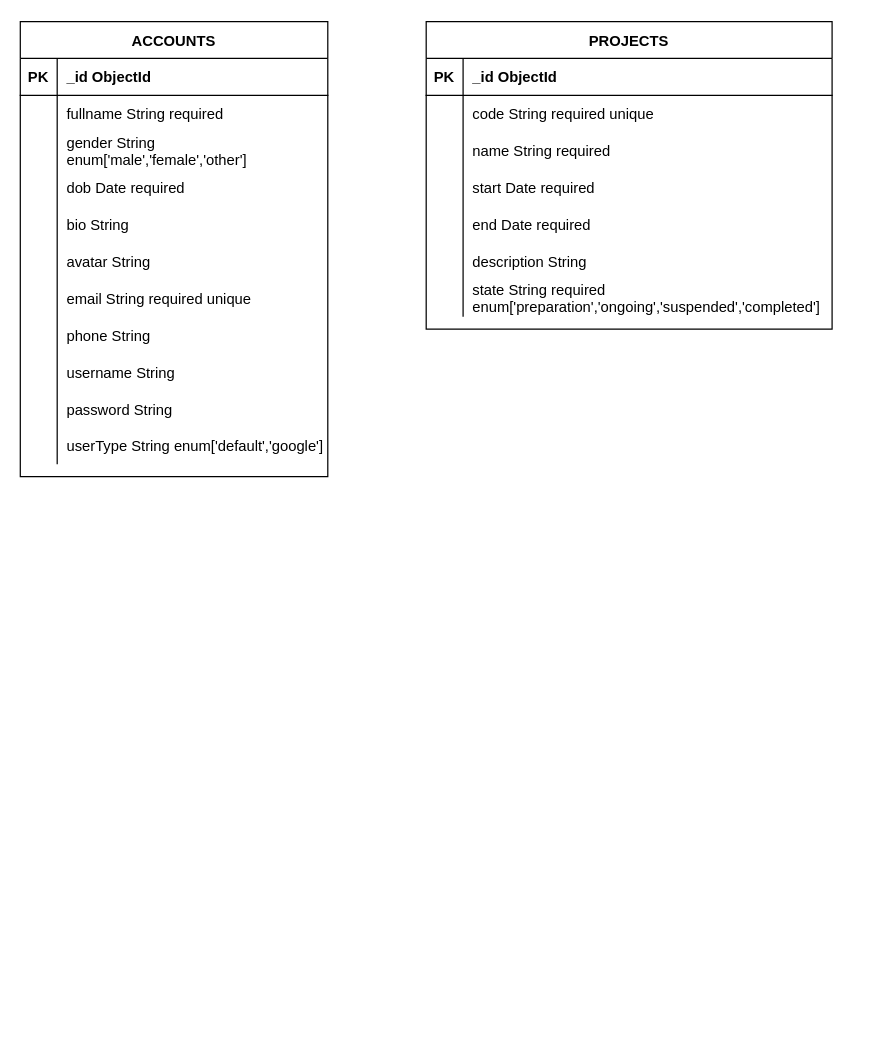
The draw.io diagram Untitled Diagram.drawio in mqdo/pnl-x10-2-backend, before the edit. Source tidied: cells renumbered, new cells numbered last; positions are measured from the earlier drawing's top-left corner, leaving out a move shared by most shapes. Both pictures are drawn from the tidied source at 123%, with x=0, y=0 at pixel (20, 21).
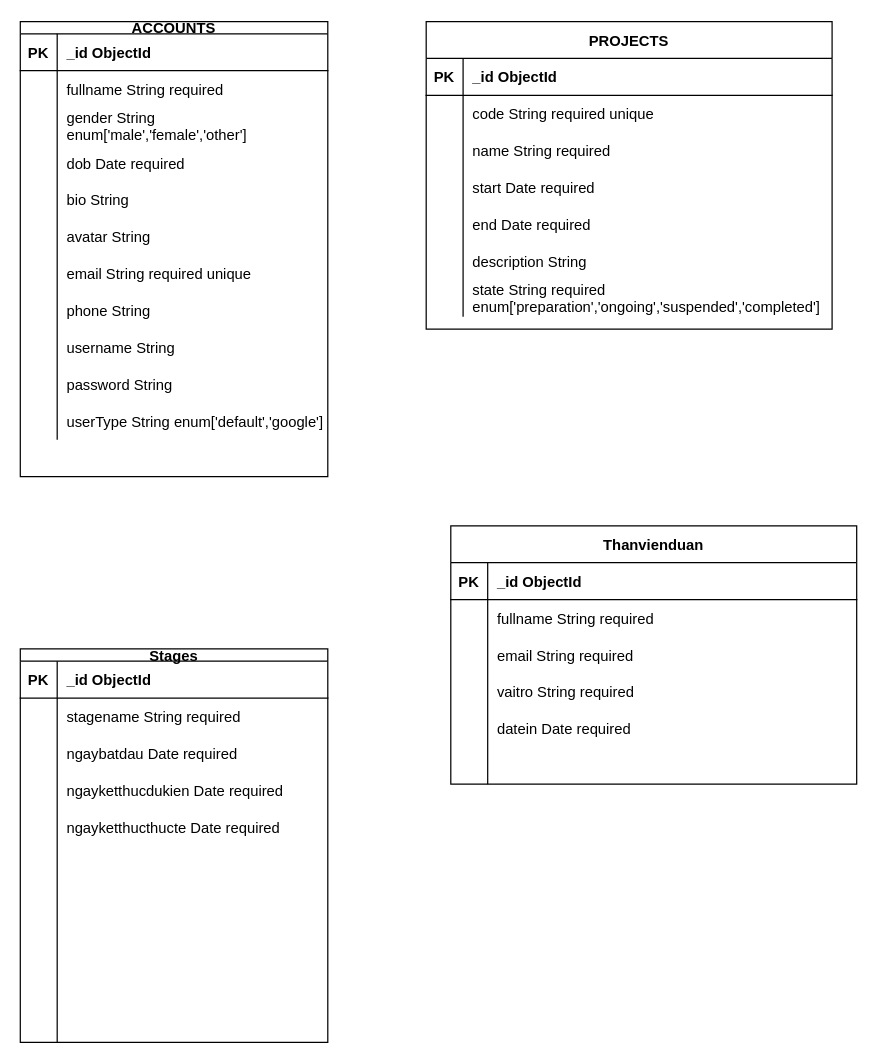
After the change.

Change to the diagram source:
```diff
@@
-    <mxCell id="24" value="ACCOUNTS" style="shape=table;startSize=30;childLayout=tableLayout;rowLines=0;fontStyle=1;align=center;" parent="1" vertex="1">
+    <mxCell id="24" value="ACCOUNTS" style="shape=table;startSize=10;childLayout=tableLayout;rowLines=0;fontStyle=1;align=center;" parent="1" vertex="1">
       <mxGeometry width="250" height="370" as="geometry" />
     </mxCell>
     <mxCell id="25" style="shape=partialRectangle;fillColor=none;top=0;left=0;right=0;bottom=1;" parent="24" vertex="1">
-      <mxGeometry y="30" width="250" height="30" as="geometry" />
+      <mxGeometry y="10" width="250" height="30" as="geometry" />
     </mxCell>
@@
     <mxCell id="28" style="shape=partialRectangle;fillColor=none;top=0;left=0;right=0;bottom=0;" parent="24" vertex="1">
-      <mxGeometry y="60" width="250" height="30" as="geometry" />
+      <mxGeometry y="40" width="250" height="30" as="geometry" />
     </mxCell>
@@
     <mxCell id="31" style="shape=partialRectangle;fillColor=none;top=0;left=0;right=0;bottom=0;" parent="24" vertex="1">
-      <mxGeometry y="90" width="250" height="30" as="geometry" />
+      <mxGeometry y="70" width="250" height="30" as="geometry" />
     </mxCell>
@@
     <mxCell id="34" style="shape=partialRectangle;fillColor=none;top=0;left=0;right=0;bottom=0;" parent="24" vertex="1">
-      <mxGeometry y="120" width="250" height="30" as="geometry" />
+      <mxGeometry y="100" width="250" height="30" as="geometry" />
     </mxCell>
@@
     <mxCell id="37" style="shape=partialRectangle;fillColor=none;top=0;left=0;right=0;bottom=0;" parent="24" vertex="1">
-      <mxGeometry y="150" width="250" height="30" as="geometry" />
+      <mxGeometry y="130" width="250" height="30" as="geometry" />
     </mxCell>
@@
     <mxCell id="40" style="shape=partialRectangle;fillColor=none;top=0;left=0;right=0;bottom=0;" parent="24" vertex="1">
-      <mxGeometry y="180" width="250" height="30" as="geometry" />
+      <mxGeometry y="160" width="250" height="30" as="geometry" />
     </mxCell>
@@
     <mxCell id="43" style="shape=partialRectangle;fillColor=none;top=0;left=0;right=0;bottom=0;" parent="24" vertex="1">
-      <mxGeometry y="210" width="250" height="30" as="geometry" />
+      <mxGeometry y="190" width="250" height="30" as="geometry" />
     </mxCell>
@@
     <mxCell id="46" style="shape=partialRectangle;fillColor=none;top=0;left=0;right=0;bottom=0;" parent="24" vertex="1">
-      <mxGeometry y="240" width="250" height="30" as="geometry" />
+      <mxGeometry y="220" width="250" height="30" as="geometry" />
     </mxCell>
@@
     <mxCell id="49" style="shape=partialRectangle;fillColor=none;top=0;left=0;right=0;bottom=0;" parent="24" vertex="1">
-      <mxGeometry y="270" width="250" height="30" as="geometry" />
+      <mxGeometry y="250" width="250" height="30" as="geometry" />
     </mxCell>
@@
     <mxCell id="52" style="shape=partialRectangle;fillColor=none;top=0;left=0;right=0;bottom=0;" parent="24" vertex="1">
-      <mxGeometry y="300" width="250" height="30" as="geometry" />
+      <mxGeometry y="280" width="250" height="30" as="geometry" />
     </mxCell>
@@
     <mxCell id="55" style="shape=partialRectangle;fillColor=none;top=0;left=0;right=0;bottom=0;" parent="24" vertex="1">
-      <mxGeometry y="330" width="250" height="30" as="geometry" />
+      <mxGeometry y="310" width="250" height="30" as="geometry" />
     </mxCell>
@@
+    <mxCell id="58" value="Stages" style="shape=table;startSize=10;childLayout=tableLayout;rowLines=0;fontStyle=1;align=center;" parent="1" vertex="1">
+      <mxGeometry y="510" width="250" height="320" as="geometry" />
+    </mxCell>
+    <mxCell id="59" style="shape=partialRectangle;fillColor=none;top=0;left=0;right=0;bottom=1;" parent="58" vertex="1">
+      <mxGeometry y="10" width="250" height="30" as="geometry" />
+    </mxCell>
+    <mxCell id="60" value="PK" style="shape=partialRectangle;overflow=hidden;fillColor=none;top=0;left=0;bottom=0;right=0;fontStyle=1;" parent="59" vertex="1">
+      <mxGeometry width="30" height="30" as="geometry" />
+    </mxCell>
+    <mxCell id="61" value="_id ObjectId" style="shape=partialRectangle;overflow=hidden;fillColor=none;top=0;left=0;bottom=0;right=0;align=left;spacingLeft=6;fontStyle=1;" parent="59" vertex="1">
+      <mxGeometry x="30" width="220" height="30" as="geometry" />
+    </mxCell>
+    <mxCell id="62" style="shape=partialRectangle;fillColor=none;top=0;left=0;right=0;bottom=0;" parent="58" vertex="1">
+      <mxGeometry y="40" width="250" height="30" as="geometry" />
+    </mxCell>
+    <mxCell id="63" style="shape=partialRectangle;overflow=hidden;fillColor=none;top=0;left=0;bottom=0;right=0;" parent="62" vertex="1">
+      <mxGeometry width="30" height="30" as="geometry" />
+    </mxCell>
+    <mxCell id="64" value="stagename String required" style="shape=partialRectangle;overflow=hidden;fillColor=none;top=0;left=0;bottom=0;right=0;align=left;spacingLeft=6;fontStyle=0;" parent="62" vertex="1">
+      <mxGeometry x="30" width="220" height="30" as="geometry" />
+    </mxCell>
+    <mxCell id="65" style="shape=partialRectangle;fillColor=none;top=0;left=0;right=0;bottom=0;" parent="58" vertex="1">
+      <mxGeometry y="70" width="250" height="30" as="geometry" />
+    </mxCell>
+    <mxCell id="66" style="shape=partialRectangle;overflow=hidden;fillColor=none;top=0;left=0;bottom=0;right=0;" parent="65" vertex="1">
+      <mxGeometry width="30" height="30" as="geometry" />
+    </mxCell>
+    <mxCell id="67" value="ngaybatdau Date required" style="shape=partialRectangle;overflow=hidden;fillColor=none;top=0;left=0;bottom=0;right=0;align=left;spacingLeft=6;fontStyle=0;" parent="65" vertex="1">
+      <mxGeometry x="30" width="220" height="30" as="geometry" />
+    </mxCell>
+    <mxCell id="68" style="shape=partialRectangle;fillColor=none;top=0;left=0;right=0;bottom=0;" parent="58" vertex="1">
+      <mxGeometry y="100" width="250" height="30" as="geometry" />
+    </mxCell>
+    <mxCell id="69" style="shape=partialRectangle;overflow=hidden;fillColor=none;top=0;left=0;bottom=0;right=0;" parent="68" vertex="1">
+      <mxGeometry width="30" height="30" as="geometry" />
+    </mxCell>
+    <mxCell id="70" value="ngayketthucdukien Date required" style="shape=partialRectangle;overflow=hidden;fillColor=none;top=0;left=0;bottom=0;right=0;align=left;spacingLeft=6;" parent="68" vertex="1">
+      <mxGeometry x="30" width="220" height="30" as="geometry" />
+    </mxCell>
+    <mxCell id="71" style="shape=partialRectangle;fillColor=none;top=0;left=0;right=0;bottom=0;" parent="58" vertex="1">
+      <mxGeometry y="130" width="250" height="30" as="geometry" />
+    </mxCell>
+    <mxCell id="72" style="shape=partialRectangle;overflow=hidden;fillColor=none;top=0;left=0;bottom=0;right=0;" parent="71" vertex="1">
+      <mxGeometry width="30" height="30" as="geometry" />
+    </mxCell>
+    <mxCell id="73" value="ngayketthucthucte Date required" style="shape=partialRectangle;overflow=hidden;fillColor=none;top=0;left=0;bottom=0;right=0;align=left;spacingLeft=6;" parent="71" vertex="1">
+      <mxGeometry x="30" width="220" height="30" as="geometry" />
+    </mxCell>
+    <mxCell id="74" style="shape=partialRectangle;fillColor=none;top=0;left=0;right=0;bottom=0;" parent="58" vertex="1">
+      <mxGeometry y="160" width="250" height="30" as="geometry" />
+    </mxCell>
+    <mxCell id="75" style="shape=partialRectangle;overflow=hidden;fillColor=none;top=0;left=0;bottom=0;right=0;" parent="74" vertex="1">
+      <mxGeometry width="30" height="30" as="geometry" />
+    </mxCell>
+    <mxCell id="76" style="shape=partialRectangle;overflow=hidden;fillColor=none;top=0;left=0;bottom=0;right=0;align=left;spacingLeft=6;" parent="74" vertex="1">
+      <mxGeometry x="30" width="220" height="30" as="geometry" />
+    </mxCell>
+    <mxCell id="77" style="shape=partialRectangle;fillColor=none;top=0;left=0;right=0;bottom=0;" parent="58" vertex="1">
+      <mxGeometry y="190" width="250" height="30" as="geometry" />
+    </mxCell>
+    <mxCell id="78" style="shape=partialRectangle;overflow=hidden;fillColor=none;top=0;left=0;bottom=0;right=0;" parent="77" vertex="1">
+      <mxGeometry width="30" height="30" as="geometry" />
+    </mxCell>
+    <mxCell id="79" style="shape=partialRectangle;overflow=hidden;fillColor=none;top=0;left=0;bottom=0;right=0;align=left;spacingLeft=6;" parent="77" vertex="1">
+      <mxGeometry x="30" width="220" height="30" as="geometry" />
+    </mxCell>
+    <mxCell id="80" style="shape=partialRectangle;fillColor=none;top=0;left=0;right=0;bottom=0;" parent="58" vertex="1">
+      <mxGeometry y="220" width="250" height="30" as="geometry" />
+    </mxCell>
+    <mxCell id="81" style="shape=partialRectangle;overflow=hidden;fillColor=none;top=0;left=0;bottom=0;right=0;" parent="80" vertex="1">
+      <mxGeometry width="30" height="30" as="geometry" />
+    </mxCell>
+    <mxCell id="82" style="shape=partialRectangle;overflow=hidden;fillColor=none;top=0;left=0;bottom=0;right=0;align=left;spacingLeft=6;" parent="80" vertex="1">
+      <mxGeometry x="30" width="220" height="30" as="geometry" />
+    </mxCell>
+    <mxCell id="83" style="shape=partialRectangle;fillColor=none;top=0;left=0;right=0;bottom=0;" parent="58" vertex="1">
+      <mxGeometry y="250" width="250" height="30" as="geometry" />
+    </mxCell>
+    <mxCell id="84" style="shape=partialRectangle;overflow=hidden;fillColor=none;top=0;left=0;bottom=0;right=0;" parent="83" vertex="1">
+      <mxGeometry width="30" height="30" as="geometry" />
+    </mxCell>
+    <mxCell id="85" style="shape=partialRectangle;overflow=hidden;fillColor=none;top=0;left=0;bottom=0;right=0;align=left;spacingLeft=6;" parent="83" vertex="1">
+      <mxGeometry x="30" width="220" height="30" as="geometry" />
+    </mxCell>
+    <mxCell id="86" style="shape=partialRectangle;fillColor=none;top=0;left=0;right=0;bottom=0;" parent="58" vertex="1">
+      <mxGeometry y="280" width="250" height="20" as="geometry" />
+    </mxCell>
+    <mxCell id="87" style="shape=partialRectangle;overflow=hidden;fillColor=none;top=0;left=0;bottom=0;right=0;" parent="86" vertex="1">
+      <mxGeometry width="30" height="20" as="geometry" />
+    </mxCell>
+    <mxCell id="88" style="shape=partialRectangle;overflow=hidden;fillColor=none;top=0;left=0;bottom=0;right=0;align=left;spacingLeft=6;" parent="86" vertex="1">
+      <mxGeometry x="30" width="220" height="20" as="geometry" />
+    </mxCell>
+    <mxCell id="89" style="shape=partialRectangle;fillColor=none;top=0;left=0;right=0;bottom=0;" parent="58" vertex="1">
+      <mxGeometry y="300" width="250" height="20" as="geometry" />
+    </mxCell>
+    <mxCell id="90" style="shape=partialRectangle;overflow=hidden;fillColor=none;top=0;left=0;bottom=0;right=0;" parent="89" vertex="1">
+      <mxGeometry width="30" height="20" as="geometry" />
+    </mxCell>
+    <mxCell id="91" style="shape=partialRectangle;overflow=hidden;fillColor=none;top=0;left=0;bottom=0;right=0;align=left;spacingLeft=6;" parent="89" vertex="1">
+      <mxGeometry x="30" width="220" height="20" as="geometry" />
+    </mxCell>
+    <mxCell id="92" value="Thanvienduan" style="shape=table;startSize=30;childLayout=tableLayout;rowLines=0;fontStyle=1;align=center;" parent="1" vertex="1">
+      <mxGeometry x="350" y="410" width="330" height="210" as="geometry" />
+    </mxCell>
+    <mxCell id="93" style="shape=partialRectangle;fillColor=none;top=0;left=0;right=0;bottom=1;" parent="92" vertex="1">
+      <mxGeometry y="30" width="330" height="30" as="geometry" />
+    </mxCell>
+    <mxCell id="94" value="PK" style="shape=partialRectangle;overflow=hidden;fillColor=none;top=0;left=0;bottom=0;right=0;fontStyle=1;" parent="93" vertex="1">
+      <mxGeometry width="30" height="30" as="geometry" />
+    </mxCell>
+    <mxCell id="95" value="_id ObjectId" style="shape=partialRectangle;overflow=hidden;fillColor=none;top=0;left=0;bottom=0;right=0;align=left;spacingLeft=6;fontStyle=1;" parent="93" vertex="1">
+      <mxGeometry x="30" width="300" height="30" as="geometry" />
+    </mxCell>
+    <mxCell id="96" style="shape=partialRectangle;fillColor=none;top=0;left=0;right=0;bottom=0;" parent="92" vertex="1">
+      <mxGeometry y="60" width="330" height="30" as="geometry" />
+    </mxCell>
+    <mxCell id="97" style="shape=partialRectangle;overflow=hidden;fillColor=none;top=0;left=0;bottom=0;right=0;" parent="96" vertex="1">
+      <mxGeometry width="30" height="30" as="geometry" />
+    </mxCell>
+    <mxCell id="98" value="fullname String required" style="shape=partialRectangle;overflow=hidden;fillColor=none;top=0;left=0;bottom=0;right=0;align=left;spacingLeft=6;" parent="96" vertex="1">
+      <mxGeometry x="30" width="300" height="30" as="geometry" />
+    </mxCell>
+    <mxCell id="99" style="shape=partialRectangle;fillColor=none;top=0;left=0;right=0;bottom=0;" parent="92" vertex="1">
+      <mxGeometry y="90" width="330" height="30" as="geometry" />
+    </mxCell>
+    <mxCell id="100" style="shape=partialRectangle;overflow=hidden;fillColor=none;top=0;left=0;bottom=0;right=0;" parent="99" vertex="1">
+      <mxGeometry width="30" height="30" as="geometry" />
+    </mxCell>
+    <mxCell id="101" value="email String required" style="shape=partialRectangle;overflow=hidden;fillColor=none;top=0;left=0;bottom=0;right=0;align=left;spacingLeft=6;" parent="99" vertex="1">
+      <mxGeometry x="30" width="300" height="30" as="geometry" />
+    </mxCell>
+    <mxCell id="102" style="shape=partialRectangle;fillColor=none;top=0;left=0;right=0;bottom=0;" parent="92" vertex="1">
+      <mxGeometry y="120" width="330" height="30" as="geometry" />
+    </mxCell>
+    <mxCell id="103" style="shape=partialRectangle;overflow=hidden;fillColor=none;top=0;left=0;bottom=0;right=0;" parent="102" vertex="1">
+      <mxGeometry width="30" height="30" as="geometry" />
+    </mxCell>
+    <mxCell id="104" value="vaitro String required" style="shape=partialRectangle;overflow=hidden;fillColor=none;top=0;left=0;bottom=0;right=0;align=left;spacingLeft=6;" parent="102" vertex="1">
+      <mxGeometry x="30" width="300" height="30" as="geometry" />
+    </mxCell>
+    <mxCell id="105" style="shape=partialRectangle;fillColor=none;top=0;left=0;right=0;bottom=0;" parent="92" vertex="1">
+      <mxGeometry y="150" width="330" height="30" as="geometry" />
+    </mxCell>
+    <mxCell id="106" style="shape=partialRectangle;overflow=hidden;fillColor=none;top=0;left=0;bottom=0;right=0;" parent="105" vertex="1">
+      <mxGeometry width="30" height="30" as="geometry" />
+    </mxCell>
+    <mxCell id="107" value="datein Date required" style="shape=partialRectangle;overflow=hidden;fillColor=none;top=0;left=0;bottom=0;right=0;align=left;spacingLeft=6;" parent="105" vertex="1">
+      <mxGeometry x="30" width="300" height="30" as="geometry" />
+    </mxCell>
+    <mxCell id="108" style="shape=partialRectangle;fillColor=none;top=0;left=0;right=0;bottom=0;" parent="92" vertex="1">
+      <mxGeometry y="180" width="330" height="30" as="geometry" />
+    </mxCell>
+    <mxCell id="109" style="shape=partialRectangle;overflow=hidden;fillColor=none;top=0;left=0;bottom=0;right=0;" parent="108" vertex="1">
+      <mxGeometry width="30" height="30" as="geometry" />
+    </mxCell>
+    <mxCell id="110" style="shape=partialRectangle;overflow=hidden;fillColor=none;top=0;left=0;bottom=0;right=0;align=left;spacingLeft=6;" parent="108" vertex="1">
+      <mxGeometry x="30" width="300" height="30" as="geometry" />
+    </mxCell>
```
